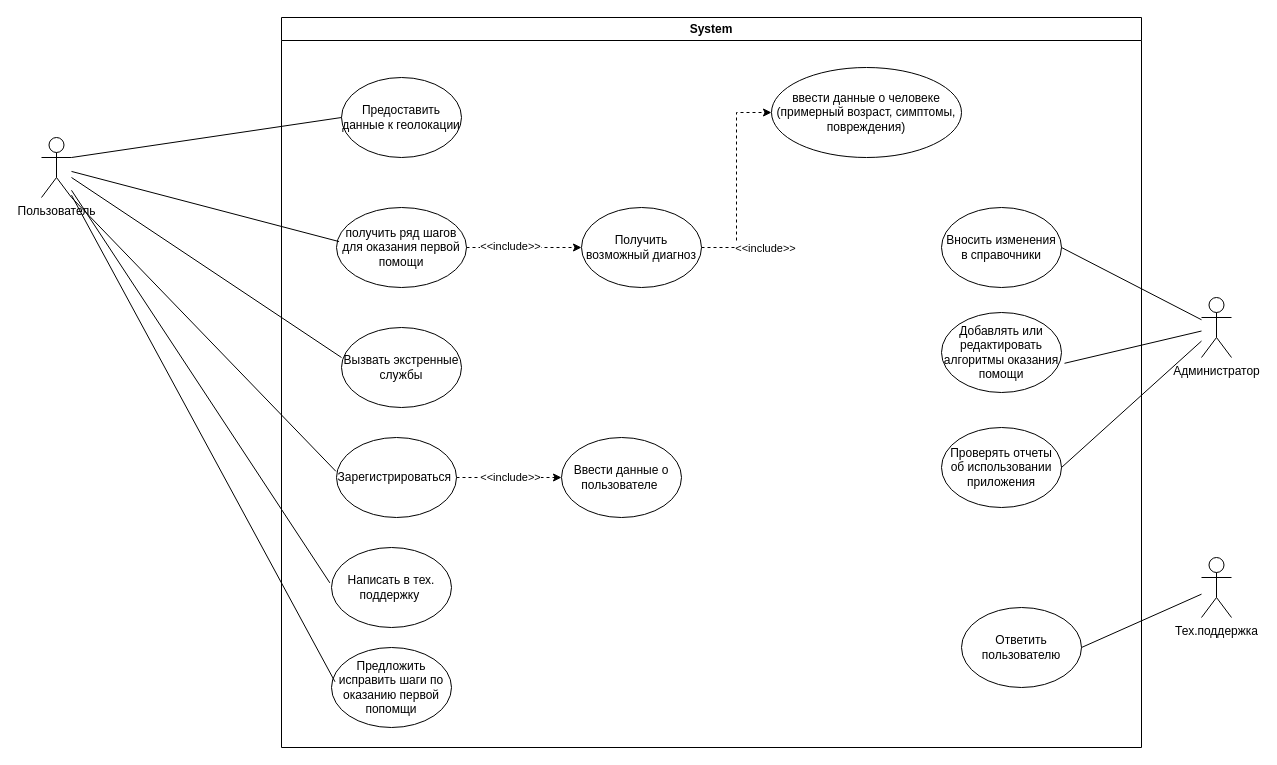
Earlier version of the draw.io diagram Use case.drawio (DTVibes/stepic). Source tidied: cells renumbered, new cells numbered last; positions are measured from the earlier drawing's top-left corner, leaving out a move shared by most shapes. Both pictures are drawn from the tidied source at 100%, with x=0, y=0 at pixel (41, 17).
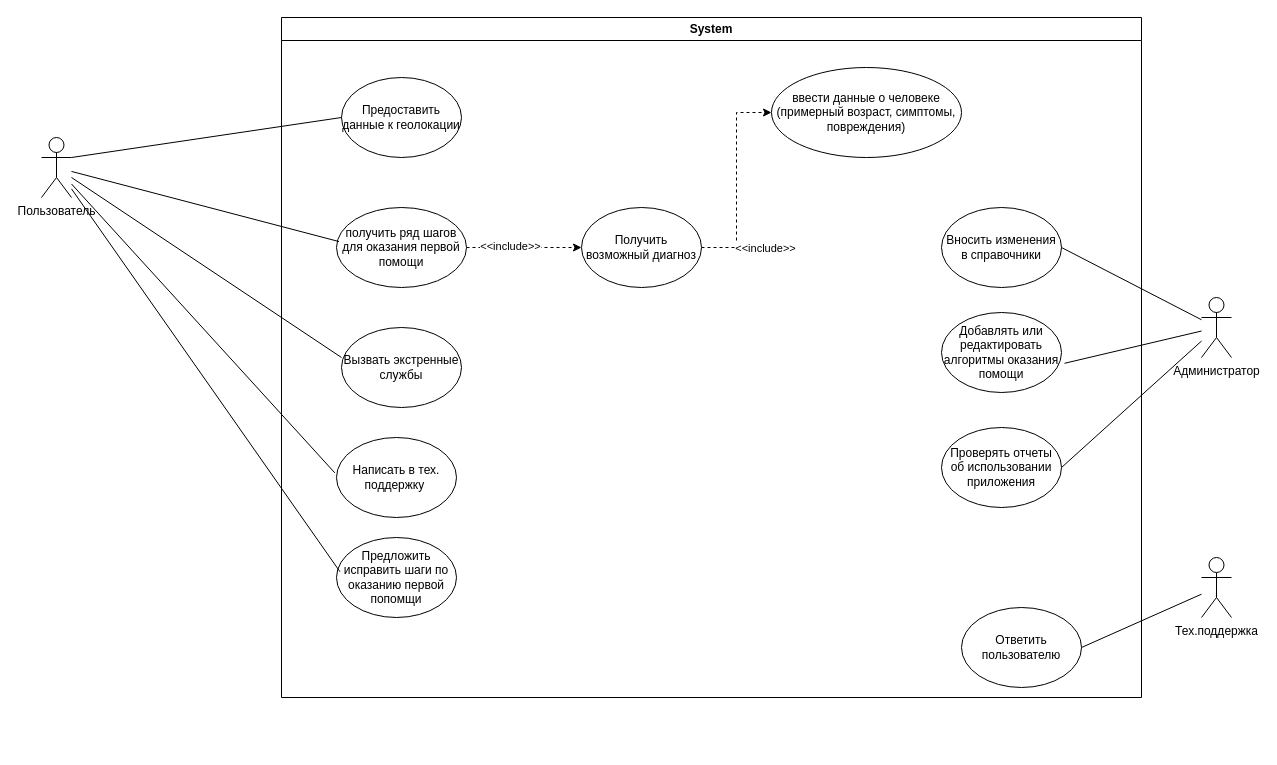
The same page after the edit.

Unchanged cells that the change refers to:
```xml
<mxCell id="2" value="Пользователь" style="shape=umlActor;verticalLabelPosition=bottom;verticalAlign=top;html=1;outlineConnect=0;" parent="1" vertex="1">
  <mxGeometry y="120" width="30" height="60" as="geometry" />
</mxCell>
```

Diff of the diagram source:
```diff
@@
     <mxCell id="3" value="System" style="swimlane;whiteSpace=wrap;html=1;" parent="1" vertex="1">
-      <mxGeometry x="240" width="860" height="730" as="geometry" />
+      <mxGeometry x="240" width="860" height="680" as="geometry" />
     </mxCell>
@@
     <mxCell id="13" value="Написать в тех. поддержку&amp;nbsp;" style="ellipse;whiteSpace=wrap;html=1;" parent="3" vertex="1">
-      <mxGeometry x="50" y="530" width="120" height="80" as="geometry" />
+      <mxGeometry x="55" y="420" width="120" height="80" as="geometry" />
     </mxCell>
     <mxCell id="14" value="Предложить исправить шаги по оказанию первой попомщи" style="ellipse;whiteSpace=wrap;html=1;" parent="3" vertex="1">
-      <mxGeometry x="50" y="630" width="120" height="80" as="geometry" />
+      <mxGeometry x="55" y="520" width="120" height="80" as="geometry" />
     </mxCell>
-    <mxCell id="15" style="edgeStyle=orthogonalEdgeStyle;rounded=0;jettySize=auto;html=1;dashed=1;" parent="3" edge="1" source="17" target="18">
-      <mxGeometry relative="1" as="geometry" />
-    </mxCell>
-    <mxCell id="16" value="&amp;lt;&amp;lt;include&amp;gt;&amp;gt;" style="edgeLabel;html=1;align=center;verticalAlign=middle;" parent="15" vertex="1">
-      <mxGeometry y="1" relative="1" as="geometry" />
-    </mxCell>
-    <mxCell id="17" value="Зарегистрироваться&amp;nbsp;" style="ellipse;whiteSpace=wrap;html=1;" parent="3" vertex="1">
-      <mxGeometry x="55" y="420" width="120" height="80" as="geometry" />
-    </mxCell>
-    <mxCell id="18" value="Ввести данные о пользователе&amp;nbsp;" style="ellipse;whiteSpace=wrap;html=1;" parent="3" vertex="1">
-      <mxGeometry x="280" y="420" width="120" height="80" as="geometry" />
-    </mxCell>
@@
-    <mxCell id="34" style="endArrow=none;html=1;rounded=0;entryX=1;entryY=1;entryDx=0;entryDy=0;entryPerimeter=0;exitX=-0.005;exitY=0.423;exitDx=0;exitDy=0;exitPerimeter=0;" parent="1" edge="1" source="17" target="2">
-      <mxGeometry relative="1" as="geometry" />
-    </mxCell>
```
